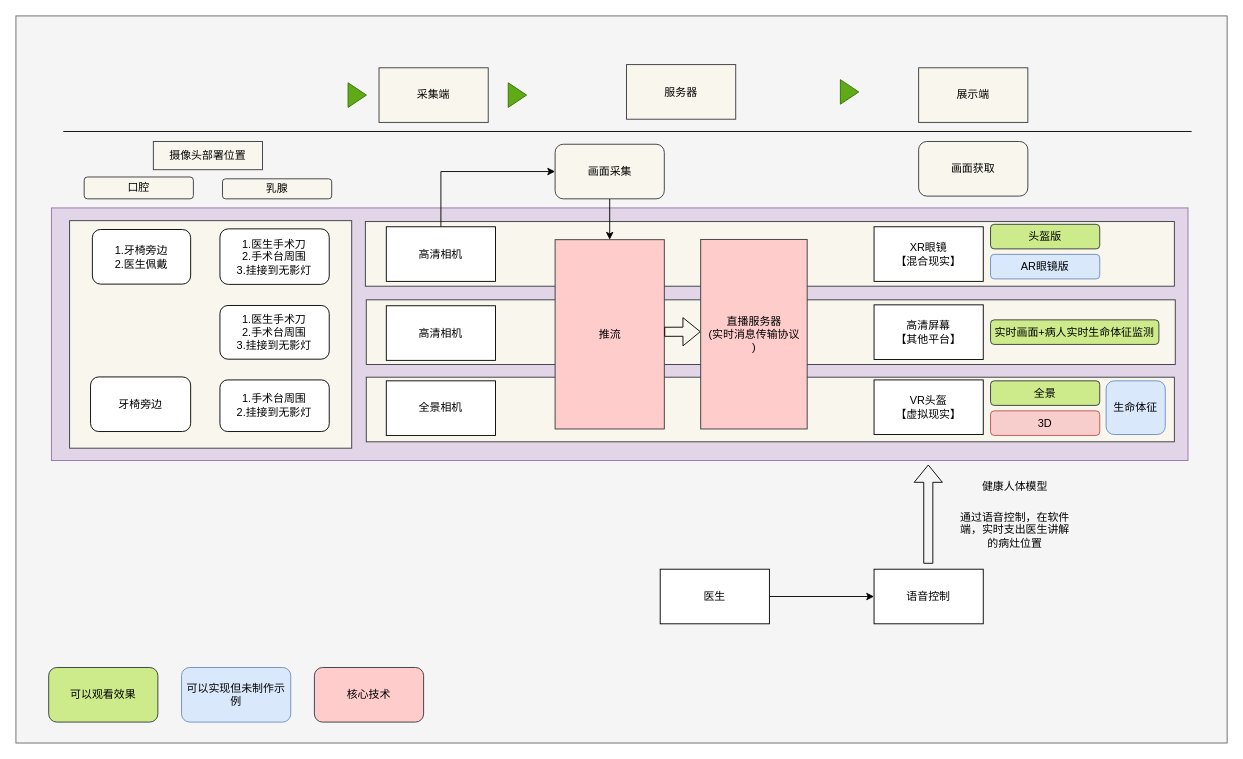
This is 未命名绘图.drawio from 15140252710/OneGithubProject, a draw.io file, before an edit. Source tidied: cells renumbered, new cells numbered last; positions are measured from the earlier drawing's top-left corner, leaving out a move shared by most shapes. Both pictures are drawn from the tidied source at 91%, with x=0, y=0 at pixel (15, 15).
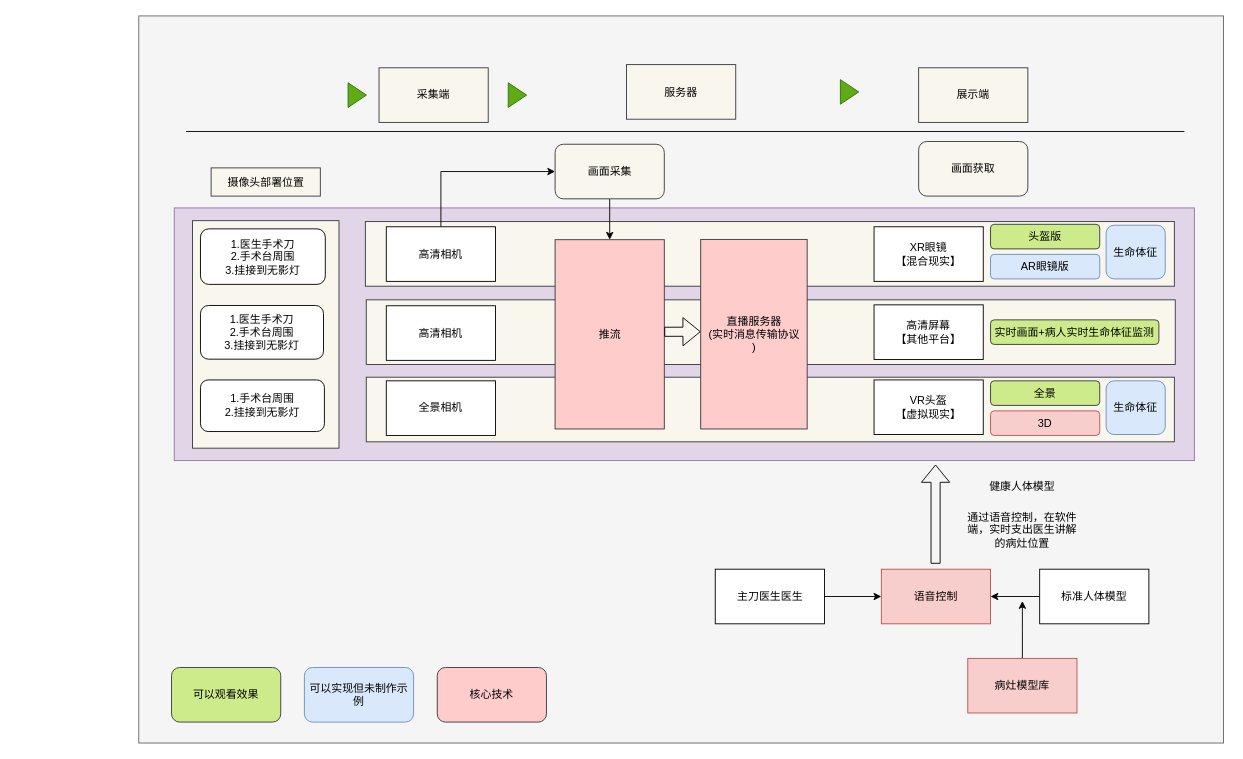
The same diagram, later.

Commit message:
更新未命名绘图.drawio

The edit, as a diff of the source:
```diff
@@
     <mxCell id="2" style="whiteSpace=wrap;html=1;fillColor=#f5f5f5;strokeColor=#666666;fontColor=#333333;" parent="1" vertex="1">
-      <mxGeometry width="1331" height="799" as="geometry" />
+      <mxGeometry x="135" width="1192" height="799" as="geometry" />
     </mxCell>
@@
     <mxCell id="6" value="摄像头部署位置" style="rounded=0;whiteSpace=wrap;html=1;fillColor=#f9f7ed;strokeColor=#36393d;" parent="1" vertex="1">
-      <mxGeometry x="151" y="138" width="120" height="31" as="geometry" />
+      <mxGeometry x="214.5" y="167" width="120" height="31" as="geometry" />
     </mxCell>
     <mxCell id="7" style="rounded=0;whiteSpace=wrap;html=1;fillColor=#e1d5e7;strokeColor=#9673a6;" parent="1" vertex="1">
-      <mxGeometry x="39" y="211" width="1249" height="277.6" as="geometry" />
+      <mxGeometry x="174" y="211" width="1121" height="277.6" as="geometry" />
     </mxCell>
@@
     <mxCell id="14" style="endArrow=none;html=1;rounded=0;" parent="1" edge="1">
       <mxGeometry relative="1" as="geometry">
-        <mxPoint x="52" y="127" as="sourcePoint" />
-        <mxPoint x="1292" y="127" as="targetPoint" />
+        <mxPoint x="187" y="127" as="sourcePoint" />
+        <mxPoint x="1284" y="127" as="targetPoint" />
       </mxGeometry>
     </mxCell>
@@
     <mxCell id="28" value="可以观看效果" style="rounded=1;whiteSpace=wrap;html=1;fillColor=#cdeb8b;strokeColor=#36393d;" parent="1" vertex="1">
-      <mxGeometry x="36" y="716" width="120" height="60" as="geometry" />
+      <mxGeometry x="171" y="716" width="120" height="60" as="geometry" />
     </mxCell>
     <mxCell id="29" value="可以实现但未制作示例" style="rounded=1;whiteSpace=wrap;html=1;fillColor=#dae8fc;strokeColor=#6c8ebf;" parent="1" vertex="1">
-      <mxGeometry x="182" y="716" width="120" height="60" as="geometry" />
+      <mxGeometry x="317" y="716" width="120" height="60" as="geometry" />
     </mxCell>
     <mxCell id="30" value="核心技术" style="rounded=1;whiteSpace=wrap;html=1;fillColor=#ffcccc;strokeColor=#36393d;" parent="1" vertex="1">
-      <mxGeometry x="328" y="716" width="120" height="60" as="geometry" />
+      <mxGeometry x="463" y="716" width="120" height="60" as="geometry" />
     </mxCell>
-    <mxCell id="31" value="口腔" style="rounded=1;whiteSpace=wrap;html=1;fillColor=#f9f7ed;strokeColor=#36393d;" parent="1" vertex="1">
-      <mxGeometry x="75" y="177" width="120" height="24" as="geometry" />
-    </mxCell>
-    <mxCell id="32" value="乳腺" style="rounded=1;whiteSpace=wrap;html=1;fillColor=#f9f7ed;strokeColor=#36393d;" parent="1" vertex="1">
-      <mxGeometry x="227" y="179" width="120" height="22" as="geometry" />
-    </mxCell>
@@
     <mxCell id="35" style="group;fillColor=#f9f7ed;strokeColor=#36393d;shadow=0;rounded=0;glass=0;" parent="1" vertex="1">
-      <mxGeometry x="59" y="225" width="310" height="250" as="geometry" />
+      <mxGeometry x="194" y="225" width="161" height="250" as="geometry" />
     </mxCell>
-    <mxCell id="36" value="牙椅旁边" style="rounded=1;whiteSpace=wrap;html=1;shadow=0;" parent="35" vertex="1">
-      <mxGeometry x="23" y="171.7" width="110" height="60" as="geometry" />
-    </mxCell>
-    <mxCell id="37" value="1.牙椅旁边&lt;br&gt;2.医生佩戴" style="rounded=1;whiteSpace=wrap;html=1;shadow=0;" parent="35" vertex="1">
-      <mxGeometry x="25" y="9.7" width="108" height="60" as="geometry" />
-    </mxCell>
     <mxCell id="38" value="1.手术台周围&lt;br&gt;2.挂接到无影灯" style="rounded=1;whiteSpace=wrap;html=1;imageAspect=1;shadow=0;glass=0;" parent="35" vertex="1">
-      <mxGeometry x="165.2" y="175" width="120.1" height="56.7" as="geometry" />
+      <mxGeometry x="8.8" y="175" width="136.2" height="56.7" as="geometry" />
     </mxCell>
     <mxCell id="39" value="1.医生手术刀&lt;br&gt;2.手术台周围&lt;br&gt;3.挂接到无影灯" style="rounded=1;whiteSpace=wrap;html=1;shadow=0;" parent="35" vertex="1">
-      <mxGeometry x="165.2" y="9" width="120.1" height="61" as="geometry" />
+      <mxGeometry x="8.8" y="9" width="137.2" height="61" as="geometry" />
     </mxCell>
     <mxCell id="40" value="1.医生手术刀&lt;br&gt;2.手术台周围&lt;br&gt;3.挂接到无影灯" style="rounded=1;whiteSpace=wrap;html=1;shadow=0;" parent="35" vertex="1">
-      <mxGeometry x="165.2" y="93.2" width="120.1" height="59" as="geometry" />
+      <mxGeometry x="8.8" y="93.2" width="135.2" height="59" as="geometry" />
     </mxCell>
@@
-    <mxCell id="45" value="语音控制" style="rounded=0;whiteSpace=wrap;html=1;" parent="1" vertex="1">
-      <mxGeometry x="943" y="608" width="120" height="60" as="geometry" />
+    <mxCell id="45" value="语音控制" style="rounded=0;whiteSpace=wrap;html=1;fillColor=#f8cecc;strokeColor=#b85450;" parent="1" vertex="1">
+      <mxGeometry x="951" y="608" width="120" height="60" as="geometry" />
     </mxCell>
@@
-    <mxCell id="47" value="医生" style="rounded=0;whiteSpace=wrap;html=1;" parent="1" vertex="1">
-      <mxGeometry x="708" y="608" width="120" height="60" as="geometry" />
+    <mxCell id="47" value="主刀医生医生" style="rounded=0;whiteSpace=wrap;html=1;" parent="1" vertex="1">
+      <mxGeometry x="768.5" y="608" width="120" height="60" as="geometry" />
     </mxCell>
     <mxCell id="48" style="shape=flexArrow;endArrow=classic;html=1;rounded=0;" parent="1" edge="1">
       <mxGeometry relative="1" as="geometry">
-        <mxPoint x="1002.6" y="602" as="sourcePoint" />
-        <mxPoint x="1002.6" y="493" as="targetPoint" />
+        <mxPoint x="1010.6" y="602" as="sourcePoint" />
+        <mxPoint x="1010.6" y="493" as="targetPoint" />
       </mxGeometry>
     </mxCell>
     <mxCell id="49" value="健康人体模型" style="text;html=1;strokeColor=none;fillColor=none;align=center;verticalAlign=middle;whiteSpace=wrap;rounded=0;" parent="1" vertex="1">
-      <mxGeometry x="1034" y="500" width="128" height="36" as="geometry" />
+      <mxGeometry x="1042" y="500" width="128" height="36" as="geometry" />
     </mxCell>
     <mxCell id="50" value="通过语音控制，在软件端，实时支出医生讲解的病灶位置" style="text;html=1;strokeColor=none;fillColor=none;align=center;verticalAlign=middle;whiteSpace=wrap;rounded=0;" parent="1" vertex="1">
-      <mxGeometry x="1034" y="547" width="128" height="36" as="geometry" />
+      <mxGeometry x="1042" y="547" width="128" height="36" as="geometry" />
     </mxCell>
+    <mxCell id="51" style="edgeStyle=orthogonalEdgeStyle;rounded=0;jettySize=auto;html=1;" parent="1" edge="1" source="52" target="45">
+      <mxGeometry relative="1" as="geometry" />
+    </mxCell>
+    <mxCell id="52" value="标准人体模型" style="rounded=0;whiteSpace=wrap;html=1;" parent="1" vertex="1">
+      <mxGeometry x="1125" y="608" width="120" height="60" as="geometry" />
+    </mxCell>
+    <mxCell id="53" style="edgeStyle=orthogonalEdgeStyle;rounded=0;jettySize=auto;html=1;exitX=0.5;exitY=0;exitDx=0;exitDy=0;" parent="1" edge="1" source="54">
+      <mxGeometry relative="1" as="geometry">
+        <mxPoint x="1106" y="643" as="targetPoint" />
+      </mxGeometry>
+    </mxCell>
+    <mxCell id="54" value="病灶模型库" style="rounded=0;whiteSpace=wrap;html=1;fillColor=#f8cecc;strokeColor=#b85450;" parent="1" vertex="1">
+      <mxGeometry x="1046" y="706" width="120" height="60" as="geometry" />
+    </mxCell>
+    <mxCell id="55" value="生命体征" style="rounded=1;whiteSpace=wrap;html=1;fillColor=#dae8fc;strokeColor=#6c8ebf;" parent="1" vertex="1">
+      <mxGeometry x="1198" y="230" width="65" height="59" as="geometry" />
+    </mxCell>
```
